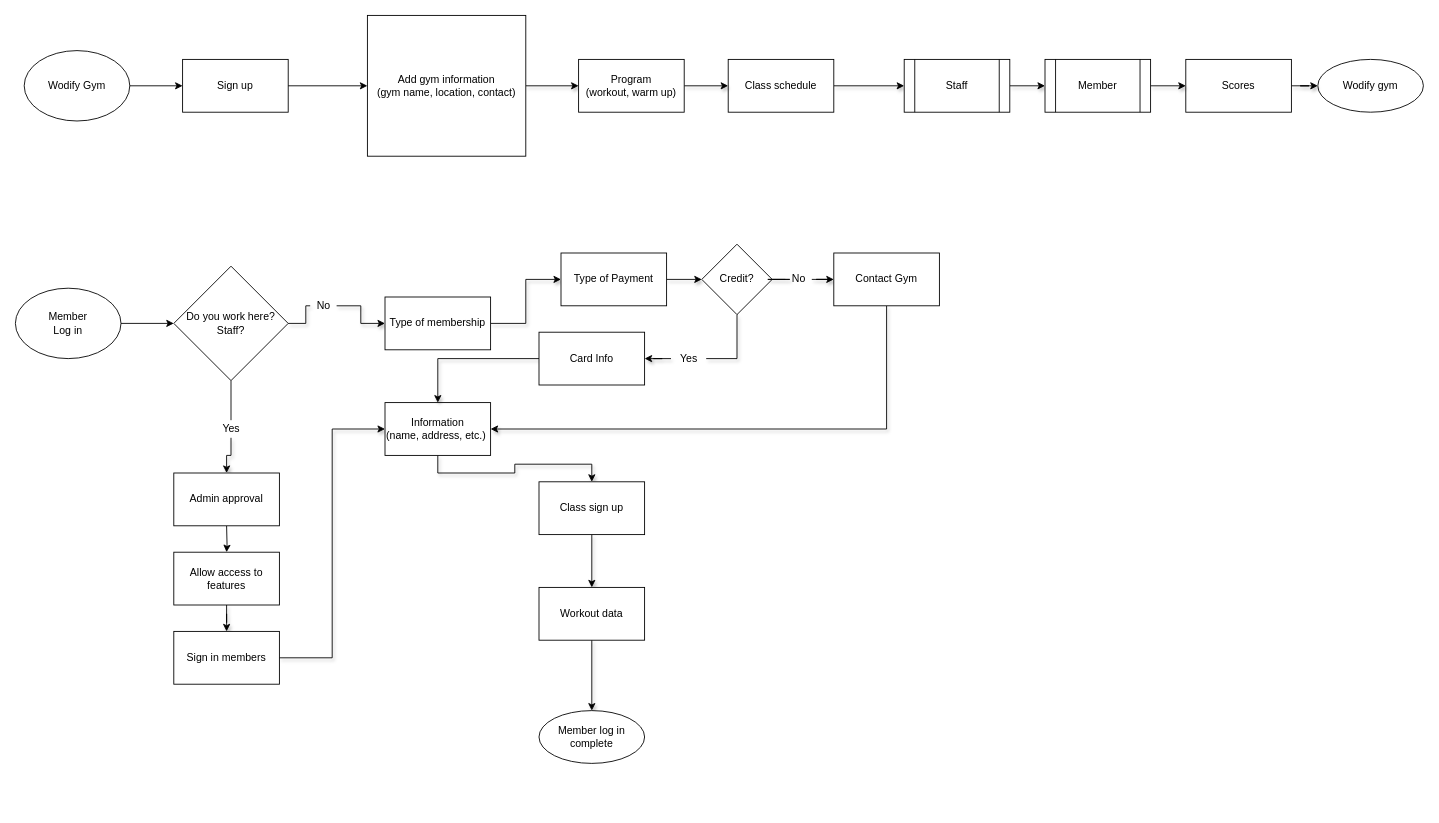
Earlier version of the draw.io diagram practice_wodify.drawio (samuelroiz/WorkFlows_storage). Source tidied: cells renumbered, new cells numbered last; positions are measured from the earlier drawing's top-left corner, leaving out a move shared by most shapes. Both pictures are drawn from the tidied source at 88%, with x=0, y=0 at pixel (15, 15).
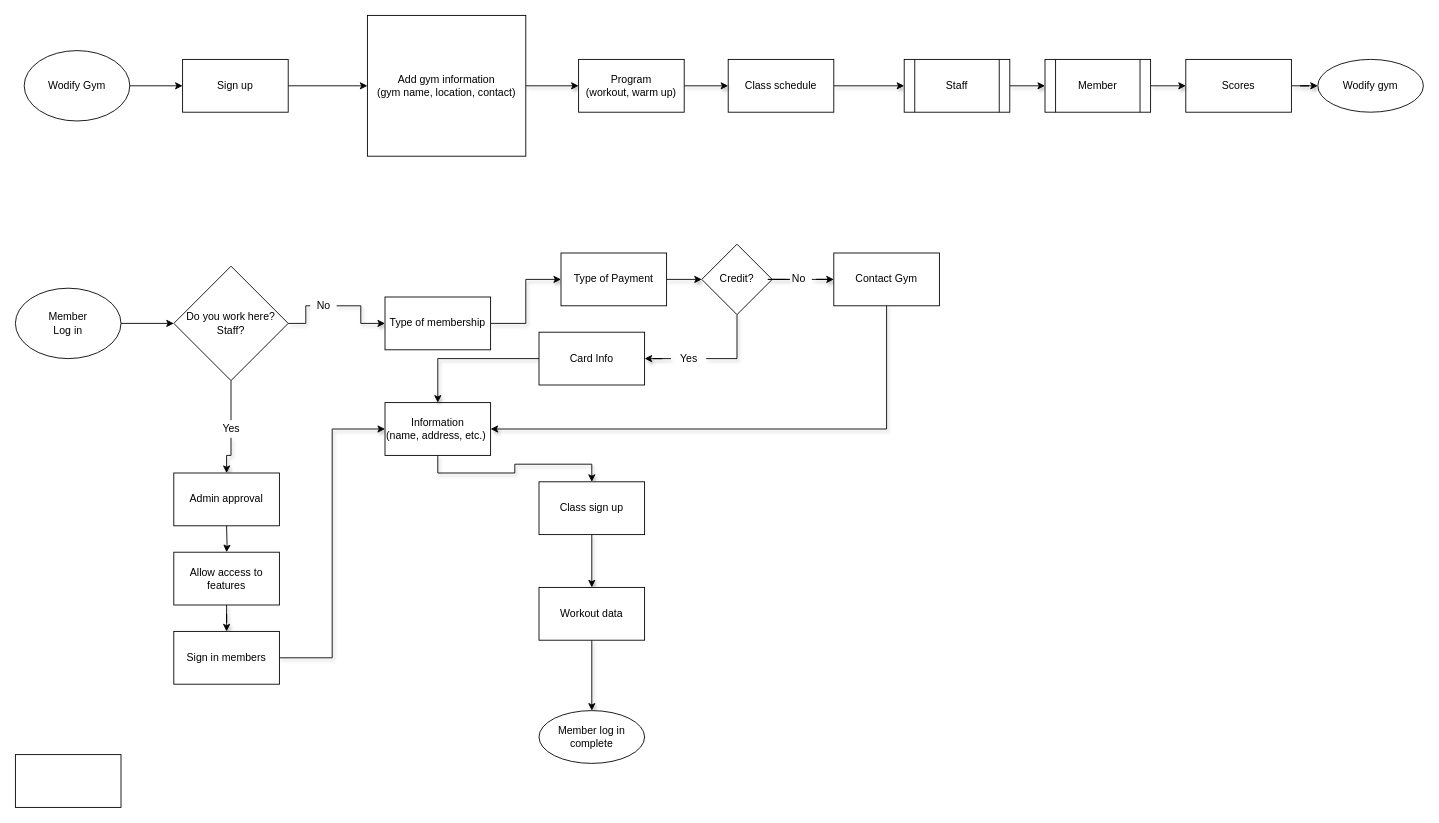
Above is the later version.

What changed in the source:
```diff
@@
+    <mxCell id="56" style="rounded=0;whiteSpace=wrap;html=1;" parent="1" vertex="1">
+      <mxGeometry y="840" width="120" height="60" as="geometry" />
+    </mxCell>
```
